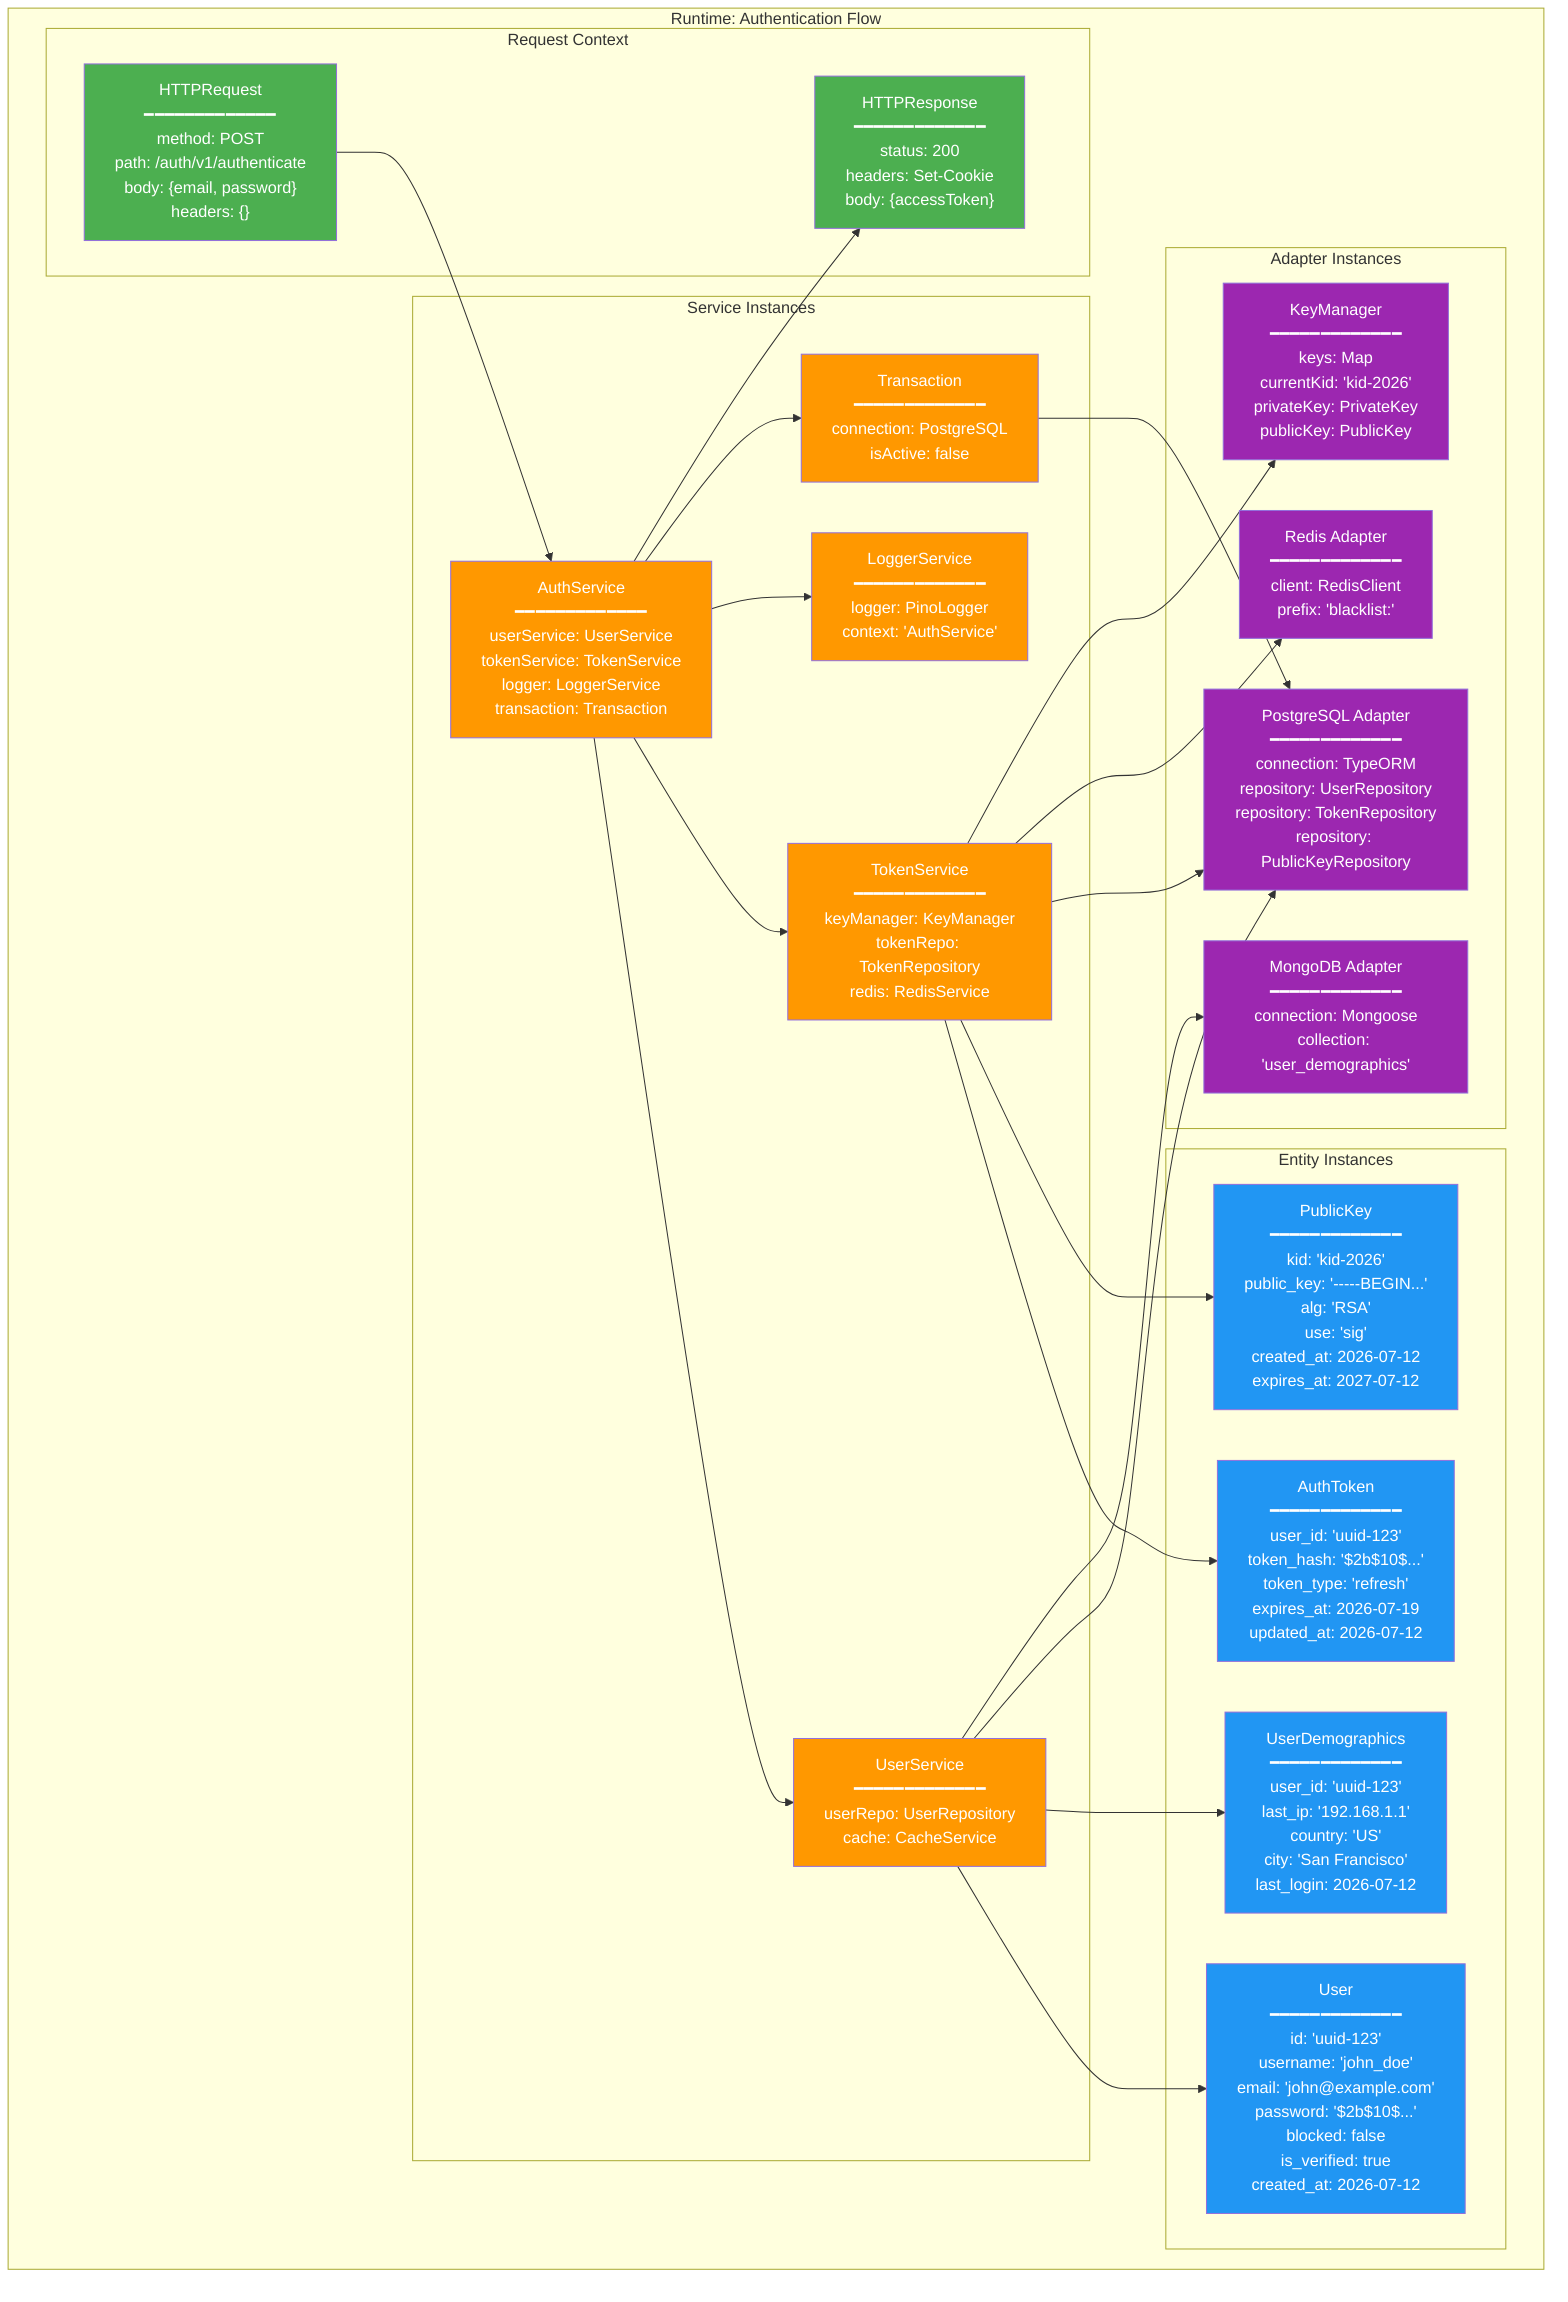
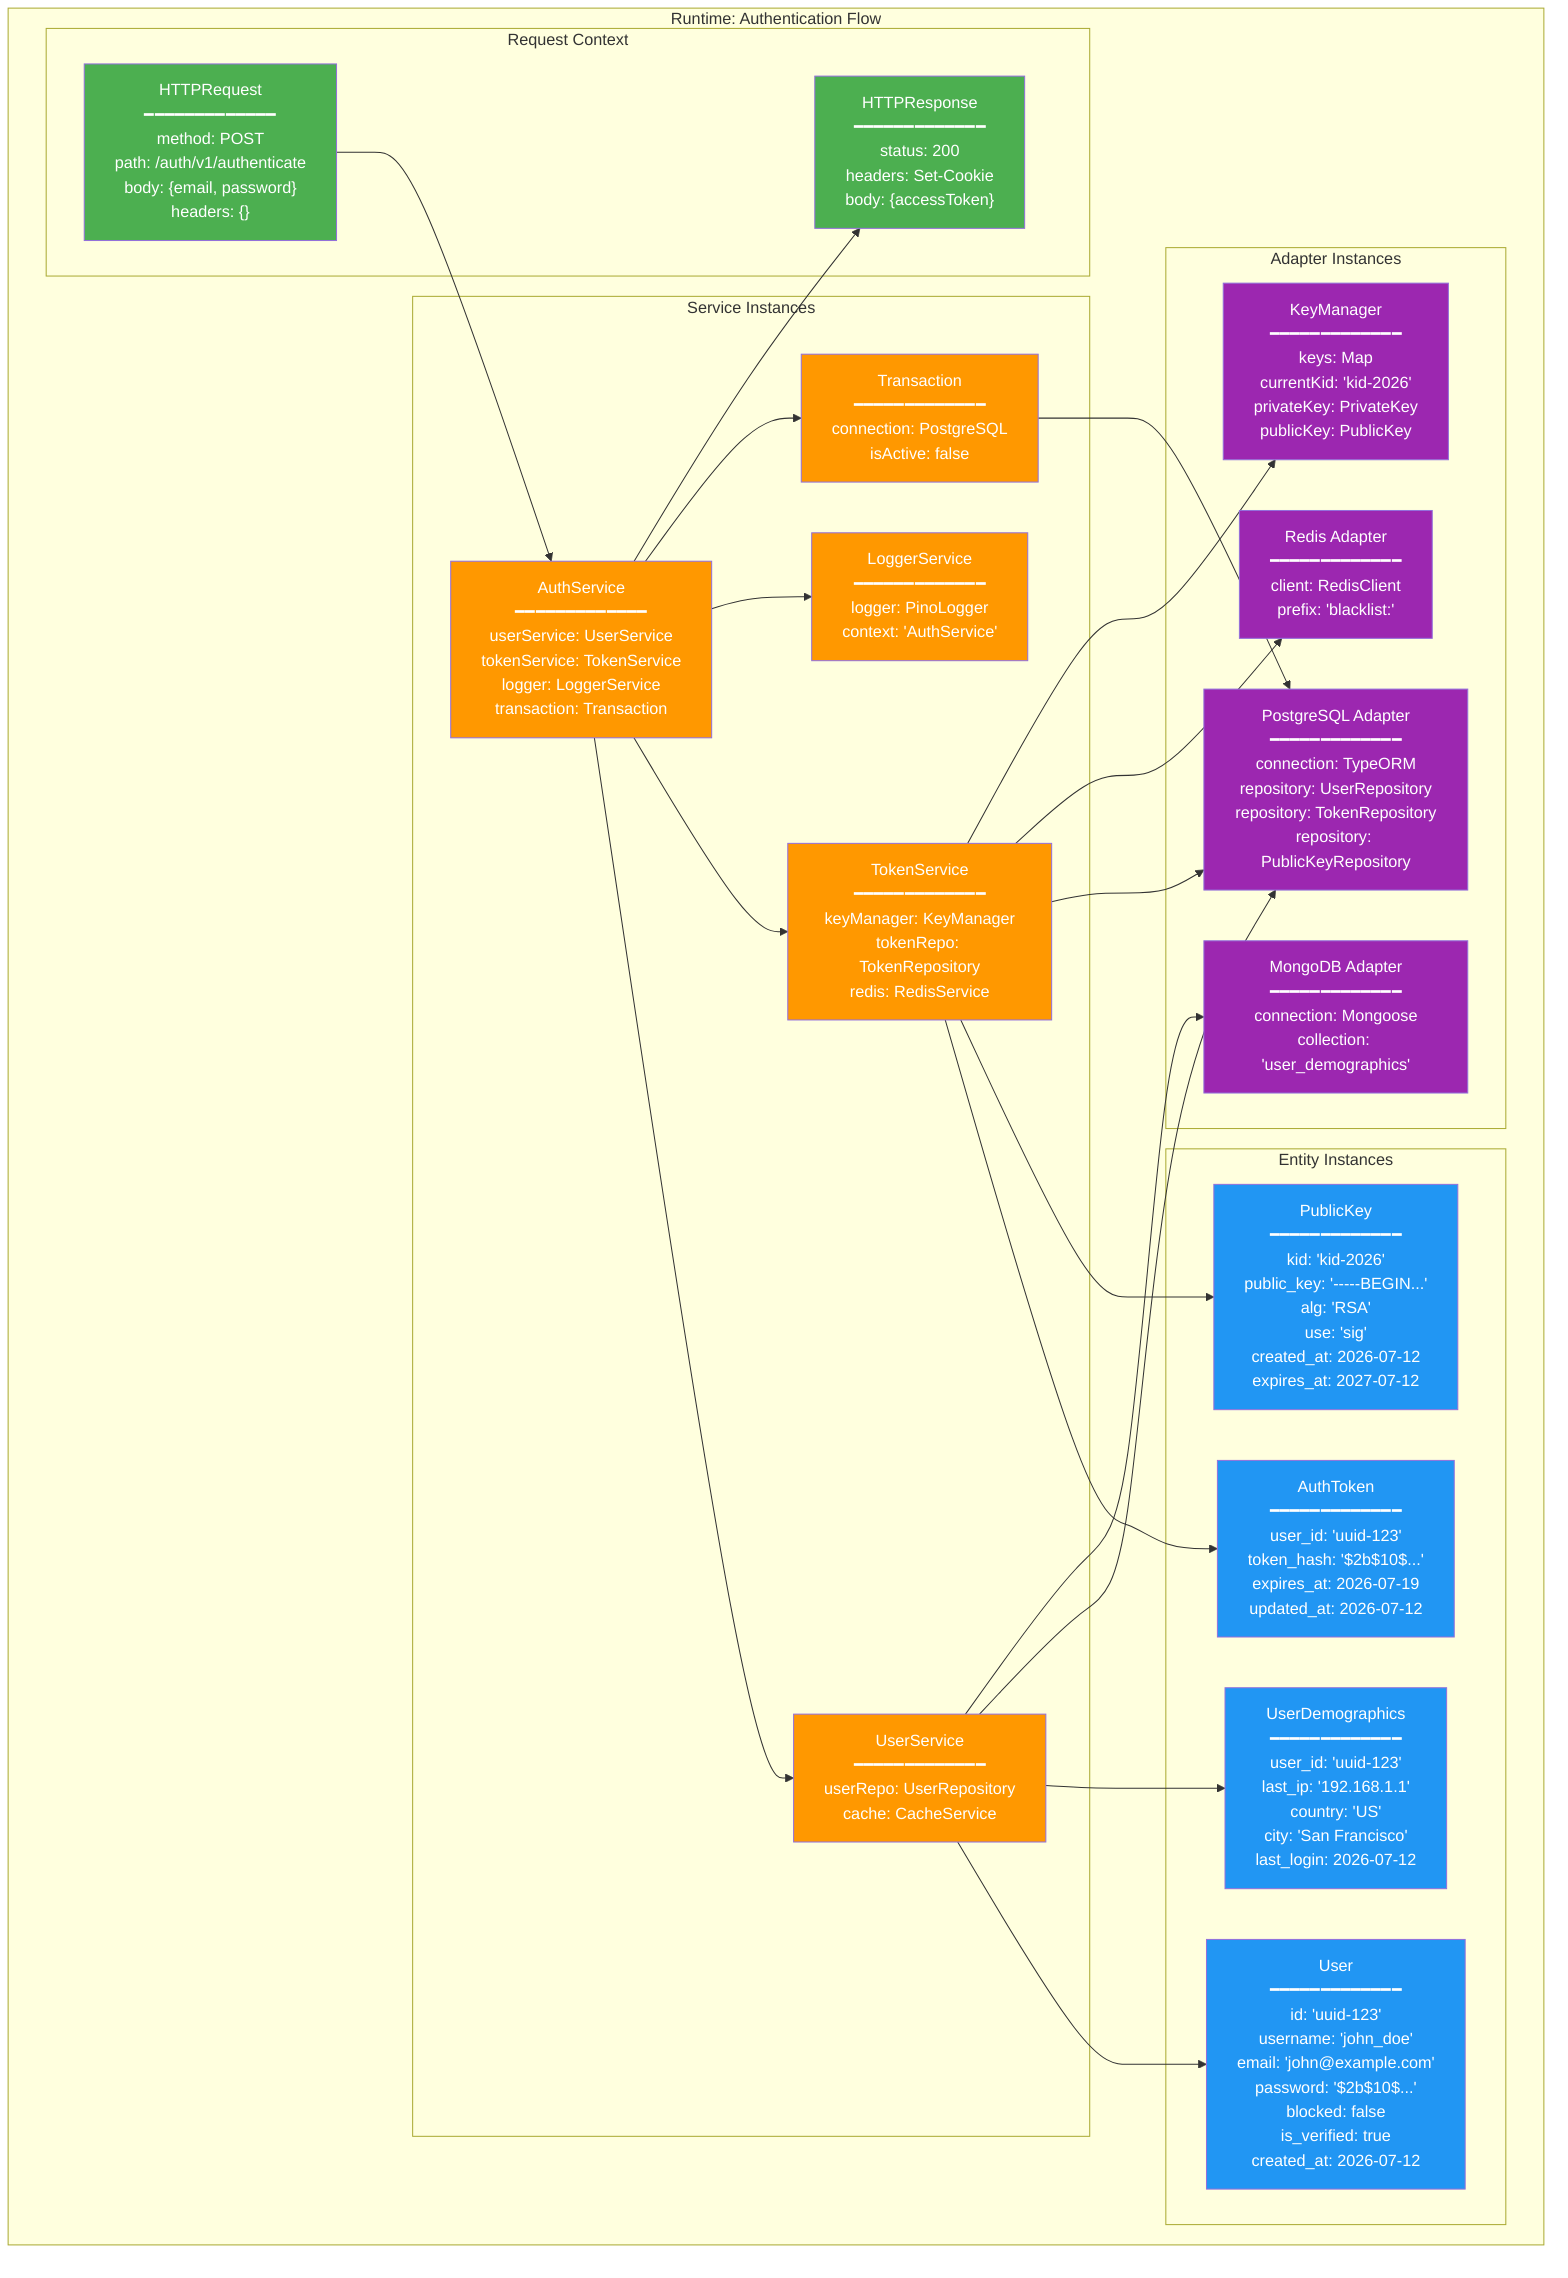
%% Object Diagram - Runtime Instances
%% Maps to: Runtime state during authentication flow
%% TokenService returns complete JWT payload to AuthService
%% AuthService owns user lookup via UserService
%% Transaction uses callback pattern: createTransaction(callback) + discard()

graph TB
    subgraph "Runtime: Authentication Flow"
        subgraph "Request Context"
            REQ["HTTPRequest<br/>━━━━━━━━━━━━━<br/>method: POST<br/>path: /auth/v1/authenticate<br/>body: {email, password}<br/>headers: {}"]

            RES["HTTPResponse<br/>━━━━━━━━━━━━━<br/>status: 200<br/>headers: Set-Cookie<br/>body: {accessToken}"]
        end

        subgraph "Service Instances"
            AUTH_INST["AuthService<br/>━━━━━━━━━━━━━<br/>userService: UserService<br/>tokenService: TokenService<br/>logger: LoggerService<br/>transaction: Transaction"]

            USER_INST["UserService<br/>━━━━━━━━━━━━━<br/>userRepo: UserRepository<br/>cache: CacheService"]

            TOKEN_INST["TokenService<br/>━━━━━━━━━━━━━<br/>keyManager: KeyManager<br/>tokenRepo: TokenRepository<br/>redis: RedisService"]

            LOG_INST["LoggerService<br/>━━━━━━━━━━━━━<br/>logger: PinoLogger<br/>context: 'AuthService'"]

            TX_INST["Transaction<br/>━━━━━━━━━━━━━<br/>connection: PostgreSQL<br/>isActive: false"]
        end

        subgraph "Entity Instances"
            USER_ENTITY["User<br/>━━━━━━━━━━━━━<br/>id: 'uuid-123'<br/>username: 'john_doe'<br/>email: 'john@example.com'<br/>password: '$2b$10$...'<br/>blocked: false<br/>is_verified: true<br/>created_at: 2026-07-12"]

-             TOKEN_ENTITY["AuthToken<br/>━━━━━━━━━━━━━<br/>user_id: 'uuid-123'<br/>token_hash: '$2b$10$...'<br/>token_type: 'refresh'<br/>expires_at: 2026-07-19<br/>updated_at: 2026-07-12"]
+             TOKEN_ENTITY["AuthToken<br/>━━━━━━━━━━━━━<br/>user_id: 'uuid-123'<br/>token_hash: '$2b$10$...'<br/>expires_at: 2026-07-19<br/>updated_at: 2026-07-12"]

            PK_ENTITY["PublicKey<br/>━━━━━━━━━━━━━<br/>kid: 'kid-2026'<br/>public_key: '-----BEGIN...'<br/>alg: 'RSA'<br/>use: 'sig'<br/>created_at: 2026-07-12<br/>expires_at: 2027-07-12"]

            DEMO_ENTITY["UserDemographics<br/>━━━━━━━━━━━━━<br/>user_id: 'uuid-123'<br/>last_ip: '192.168.1.1'<br/>country: 'US'<br/>city: 'San Francisco'<br/>last_login: 2026-07-12"]
        end

        subgraph "Adapter Instances"
            PG_INST["PostgreSQL Adapter<br/>━━━━━━━━━━━━━<br/>connection: TypeORM<br/>repository: UserRepository<br/>repository: TokenRepository<br/>repository: PublicKeyRepository"]

            REDIS_INST["Redis Adapter<br/>━━━━━━━━━━━━━<br/>client: RedisClient<br/>prefix: 'blacklist:'"]

            MONGO_INST["MongoDB Adapter<br/>━━━━━━━━━━━━━<br/>connection: Mongoose<br/>collection: 'user_demographics'"]

            KEY_INST["KeyManager<br/>━━━━━━━━━━━━━<br/>keys: Map<br/>currentKid: 'kid-2026'<br/>privateKey: PrivateKey<br/>publicKey: PublicKey"]
        end
    end

    REQ --> AUTH_INST
    AUTH_INST --> USER_INST
    AUTH_INST --> TOKEN_INST
    AUTH_INST --> LOG_INST
    AUTH_INST --> TX_INST

    USER_INST --> USER_ENTITY
    USER_INST --> DEMO_ENTITY
    TOKEN_INST --> TOKEN_ENTITY
    TOKEN_INST --> PK_ENTITY

    USER_INST --> PG_INST
    TOKEN_INST --> PG_INST
    TOKEN_INST --> REDIS_INST
    USER_INST --> MONGO_INST
    TOKEN_INST --> KEY_INST
    TX_INST --> PG_INST

    AUTH_INST --> RES

    style REQ fill:#4CAF50,color:#fff
    style RES fill:#4CAF50,color:#fff

    style AUTH_INST fill:#FF9800,color:#fff
    style USER_INST fill:#FF9800,color:#fff
    style TOKEN_INST fill:#FF9800,color:#fff
    style LOG_INST fill:#FF9800,color:#fff
    style TX_INST fill:#FF9800,color:#fff

    style USER_ENTITY fill:#2196F3,color:#fff
    style TOKEN_ENTITY fill:#2196F3,color:#fff
    style PK_ENTITY fill:#2196F3,color:#fff
    style DEMO_ENTITY fill:#2196F3,color:#fff

    style PG_INST fill:#9C27B0,color:#fff
    style REDIS_INST fill:#9C27B0,color:#fff
    style MONGO_INST fill:#9C27B0,color:#fff
    style KEY_INST fill:#9C27B0,color:#fff
